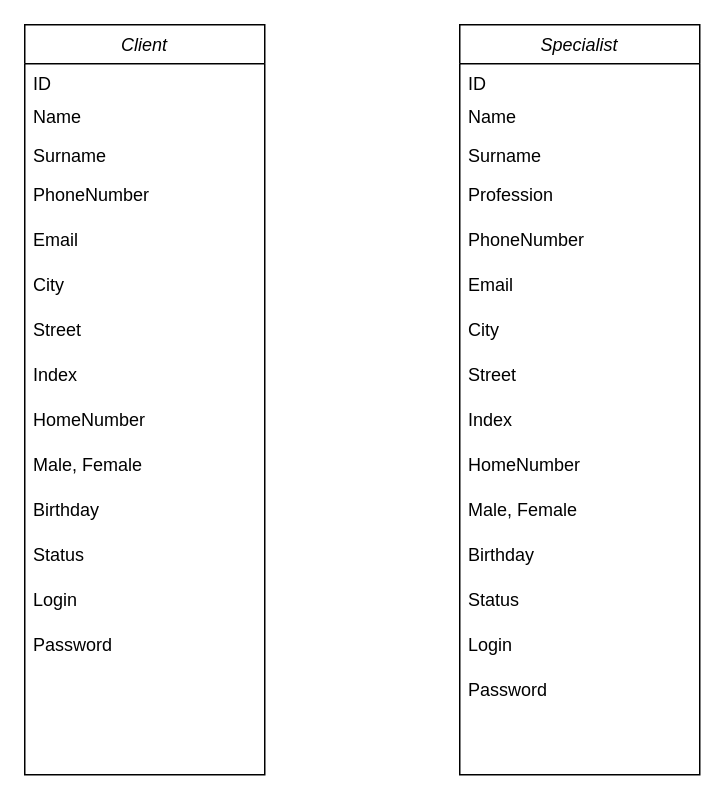
Before: Диаграмма без названия.drawio in bibaris-umirzakov/termin-planer-diagram, a draw.io diagram. Source tidied: cells renumbered, new cells numbered last; positions are measured from the earlier drawing's top-left corner, leaving out a move shared by most shapes. Both pictures are drawn from the tidied source at 150%, with x=0, y=0 at pixel (24, 24).
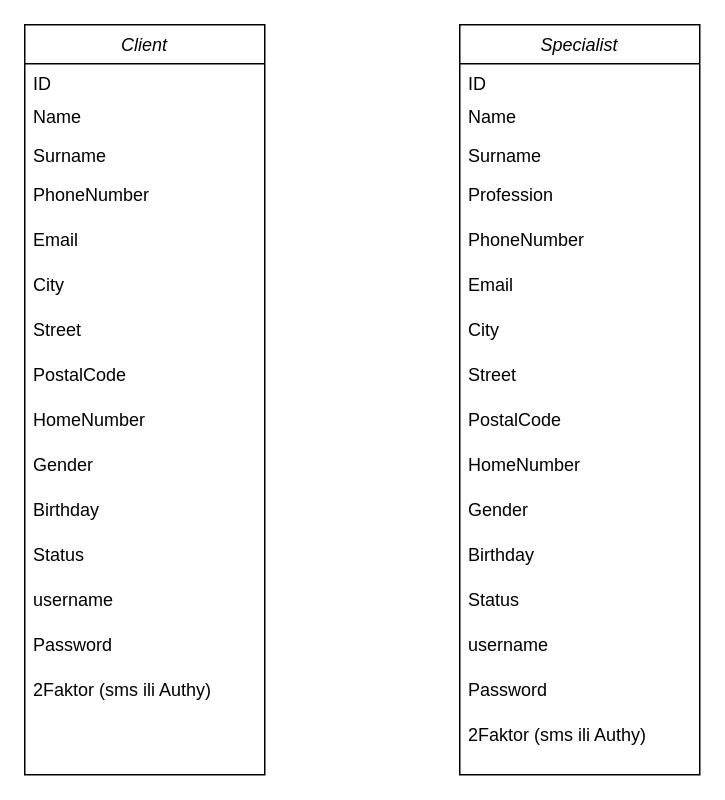
The same page after the edit.

Unchanged cells that the change refers to:
```xml
<mxCell id="2" value="Client" style="swimlane;fontStyle=2;align=center;verticalAlign=top;horizontal=1;startSize=26;rounded=0;shadow=0;strokeWidth=1;" parent="1" vertex="1">
  <mxGeometry width="160" height="500" as="geometry" />
</mxCell>
<mxCell id="17" value="Specialist" style="swimlane;fontStyle=2;align=center;verticalAlign=top;horizontal=1;startSize=26;rounded=0;shadow=0;strokeWidth=1;fontColor=#000000;" parent="1" vertex="1">
  <mxGeometry x="290" width="160" height="500" as="geometry" />
</mxCell>
```

The edit, as a diff of the source:
```diff
@@
-    <mxCell id="10" value="Index" style="text;align=left;verticalAlign=top;spacingLeft=4;spacingRight=4;overflow=hidden;rounded=0;shadow=0;html=0;" parent="2" vertex="1">
+    <mxCell id="10" value="PostalCode" style="text;align=left;verticalAlign=top;spacingLeft=4;spacingRight=4;overflow=hidden;rounded=0;shadow=0;html=0;" parent="2" vertex="1">
       <mxGeometry y="220" width="160" height="30" as="geometry" />
     </mxCell>
@@
-    <mxCell id="12" value="Male, Female" style="text;align=left;verticalAlign=top;spacingLeft=4;spacingRight=4;overflow=hidden;rounded=0;shadow=0;html=0;" parent="2" vertex="1">
+    <mxCell id="12" value="Gender" style="text;align=left;verticalAlign=top;spacingLeft=4;spacingRight=4;overflow=hidden;rounded=0;shadow=0;html=0;" parent="2" vertex="1">
       <mxGeometry y="280" width="160" height="30" as="geometry" />
     </mxCell>
@@
-    <mxCell id="15" value="Login" style="text;align=left;verticalAlign=top;spacingLeft=4;spacingRight=4;overflow=hidden;rounded=0;shadow=0;html=0;" parent="2" vertex="1">
+    <mxCell id="15" value="username" style="text;align=left;verticalAlign=top;spacingLeft=4;spacingRight=4;overflow=hidden;rounded=0;shadow=0;html=0;" parent="2" vertex="1">
       <mxGeometry y="370" width="160" height="30" as="geometry" />
     </mxCell>
@@
+    <mxCell id="33" value="2Faktor (sms ili Authy)" style="text;align=left;verticalAlign=top;spacingLeft=4;spacingRight=4;overflow=hidden;rounded=0;shadow=0;html=0;" parent="2" vertex="1">
+      <mxGeometry y="430" width="160" height="30" as="geometry" />
+    </mxCell>
@@
-    <mxCell id="26" value="Index" style="text;align=left;verticalAlign=top;spacingLeft=4;spacingRight=4;overflow=hidden;rounded=0;shadow=0;html=0;" parent="17" vertex="1">
+    <mxCell id="26" value="PostalCode" style="text;align=left;verticalAlign=top;spacingLeft=4;spacingRight=4;overflow=hidden;rounded=0;shadow=0;html=0;" parent="17" vertex="1">
       <mxGeometry y="250" width="160" height="30" as="geometry" />
     </mxCell>
@@
-    <mxCell id="28" value="Male, Female" style="text;align=left;verticalAlign=top;spacingLeft=4;spacingRight=4;overflow=hidden;rounded=0;shadow=0;html=0;" parent="17" vertex="1">
+    <mxCell id="28" value="Gender" style="text;align=left;verticalAlign=top;spacingLeft=4;spacingRight=4;overflow=hidden;rounded=0;shadow=0;html=0;" parent="17" vertex="1">
       <mxGeometry y="310" width="160" height="30" as="geometry" />
     </mxCell>
@@
-    <mxCell id="31" value="Login" style="text;align=left;verticalAlign=top;spacingLeft=4;spacingRight=4;overflow=hidden;rounded=0;shadow=0;html=0;" parent="17" vertex="1">
+    <mxCell id="31" value="username" style="text;align=left;verticalAlign=top;spacingLeft=4;spacingRight=4;overflow=hidden;rounded=0;shadow=0;html=0;" parent="17" vertex="1">
       <mxGeometry y="400" width="160" height="30" as="geometry" />
     </mxCell>
@@
+    <mxCell id="34" value="2Faktor (sms ili Authy)" style="text;align=left;verticalAlign=top;spacingLeft=4;spacingRight=4;overflow=hidden;rounded=0;shadow=0;html=0;" parent="17" vertex="1">
+      <mxGeometry y="460" width="160" height="30" as="geometry" />
+    </mxCell>
```
